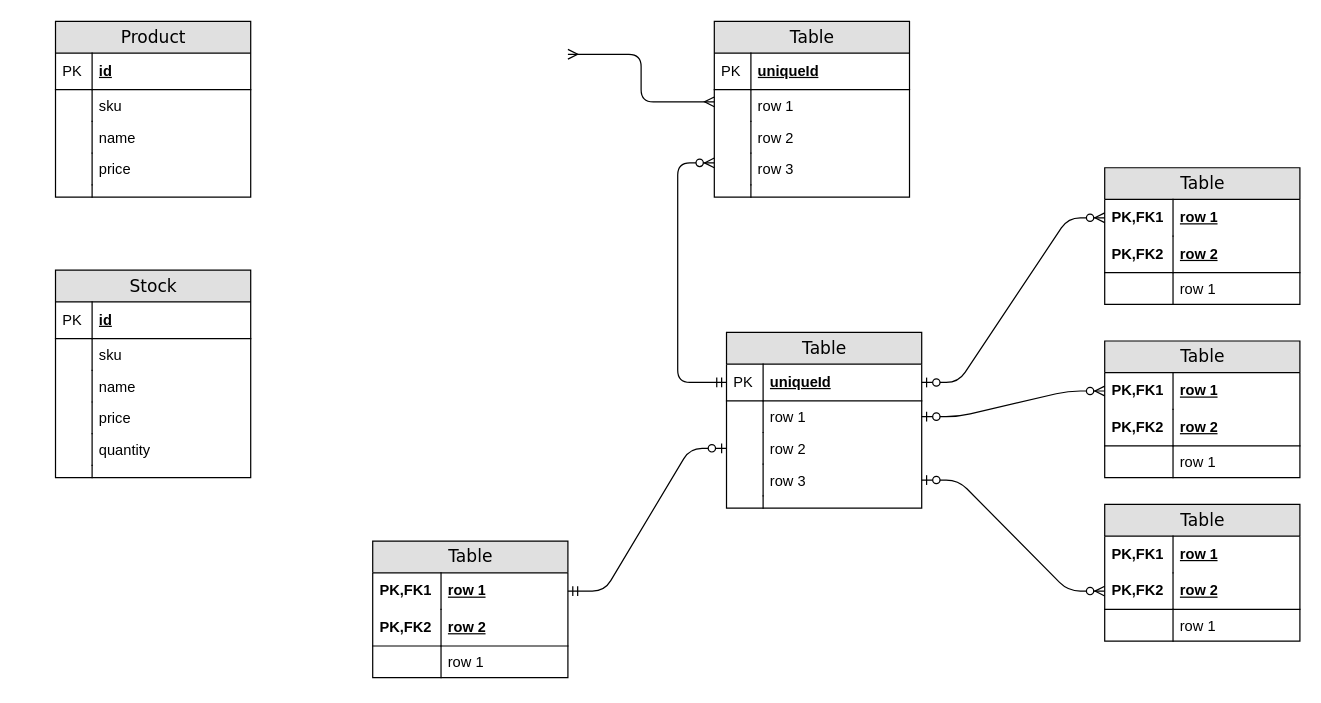
The draw.io diagram UMKM-toolkit.drawio in yogiprsetya/app.diagrams.net, before the edit. Source tidied: cells renumbered, new cells numbered last; positions are measured from the earlier drawing's top-left corner, leaving out a move shared by most shapes. Both pictures are drawn from the tidied source at 122%, with x=0, y=0 at pixel (55, 21).
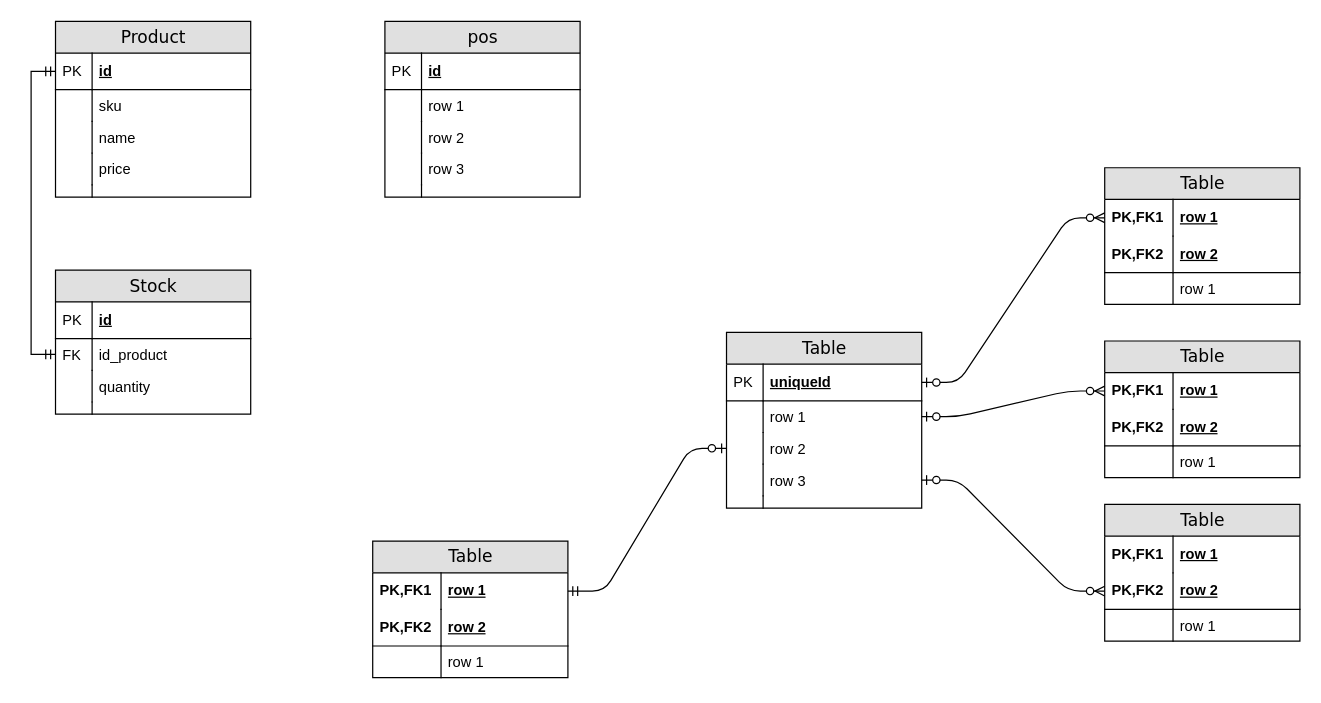
After the change.

The change refers to these unchanged cells:
```xml
<mxCell id="5" value="row 1" style="shape=partialRectangle;top=0;left=0;right=0;bottom=0;html=1;align=left;verticalAlign=top;fillColor=none;spacingLeft=34;spacingRight=4;whiteSpace=wrap;overflow=hidden;points=[[0,0.5],[1,0.5]];portConstraint=eastwest;" parent="2" vertex="1">
  <mxGeometry y="56" width="160" height="26" as="geometry" />
</mxCell>
<mxCell id="9" value="row 3" style="shape=partialRectangle;top=0;left=0;right=0;bottom=0;html=1;align=left;verticalAlign=top;fillColor=none;spacingLeft=34;spacingRight=4;whiteSpace=wrap;overflow=hidden;points=[[0,0.5],[1,0.5]];portConstraint=eastwest;" parent="2" vertex="1">
  <mxGeometry y="108" width="160" height="26" as="geometry" />
</mxCell>
<mxCell id="14" value="id" style="shape=partialRectangle;top=0;left=0;right=0;bottom=1;html=1;align=left;verticalAlign=middle;fillColor=none;spacingLeft=34;spacingRight=4;whiteSpace=wrap;overflow=hidden;points=[[0,0.5],[1,0.5]];portConstraint=eastwest;fontStyle=5;" parent="13" vertex="1">
  <mxGeometry y="26" width="160" height="30" as="geometry" />
</mxCell>
<mxCell id="25" value="uniqueId" style="shape=partialRectangle;top=0;left=0;right=0;bottom=1;html=1;align=left;verticalAlign=middle;fillColor=none;spacingLeft=34;spacingRight=4;whiteSpace=wrap;overflow=hidden;points=[[0,0.5],[1,0.5]];portConstraint=eastwest;fontStyle=5;" parent="24" vertex="1">
  <mxGeometry y="26" width="160" height="30" as="geometry" />
</mxCell>
```

The edit, as a diff of the source:
```diff
@@
-    <mxCell id="2" value="Table" style="swimlane;html=1;fontStyle=0;horizontal=1;startSize=26;fillColor=#e0e0e0;swimlaneFillColor=#ffffff;align=center;rounded=0;shadow=0;comic=0;labelBackgroundColor=none;strokeWidth=1;fontFamily=Verdana;fontSize=14;swimlaneLine=1;" parent="1" vertex="1">
-      <mxGeometry x="540" width="160" height="144" as="geometry" />
+    <mxCell id="2" value="pos" style="swimlane;html=1;fontStyle=0;horizontal=1;startSize=26;fillColor=#e0e0e0;swimlaneFillColor=#ffffff;align=center;rounded=0;shadow=0;comic=0;labelBackgroundColor=none;strokeWidth=1;fontFamily=Verdana;fontSize=14;swimlaneLine=1;" parent="1" vertex="1">
+      <mxGeometry x="270" width="160" height="144" as="geometry" />
     </mxCell>
-    <mxCell id="3" value="uniqueId" style="shape=partialRectangle;top=0;left=0;right=0;bottom=1;html=1;align=left;verticalAlign=middle;fillColor=none;spacingLeft=34;spacingRight=4;whiteSpace=wrap;overflow=hidden;fontStyle=5;" parent="2" vertex="1">
+    <mxCell id="3" value="id" style="shape=partialRectangle;top=0;left=0;right=0;bottom=1;html=1;align=left;verticalAlign=middle;fillColor=none;spacingLeft=34;spacingRight=4;whiteSpace=wrap;overflow=hidden;fontStyle=5;" parent="2" vertex="1">
       <mxGeometry y="26" width="160" height="30" as="geometry" />
     </mxCell>
@@
-    <mxCell id="49" style="edgeStyle=orthogonalEdgeStyle;html=1;endArrow=ERmany;startArrow=ERmany;labelBackgroundColor=none;fontFamily=Verdana;fontSize=14;entryX=1;entryY=0.5;exitX=0;exitY=0.383;exitPerimeter=0;" parent="1" edge="1" source="5">
-      <mxGeometry relative="1" as="geometry">
-        <mxPoint x="420" y="27" as="targetPoint" />
-        <Array as="points">
-          <mxPoint x="480" y="66" />
-          <mxPoint x="480" y="27" />
-        </Array>
-      </mxGeometry>
-    </mxCell>
-    <mxCell id="50" style="edgeStyle=orthogonalEdgeStyle;html=1;endArrow=ERzeroToMany;startArrow=ERmandOne;labelBackgroundColor=none;fontFamily=Verdana;fontSize=14;entryX=0;entryY=0.308;entryPerimeter=0;exitX=0;exitY=0.5;" parent="1" edge="1" source="25" target="9">
-      <mxGeometry relative="1" as="geometry">
-        <Array as="points">
-          <mxPoint x="510" y="296" />
-          <mxPoint x="510" y="116" />
-        </Array>
-      </mxGeometry>
-    </mxCell>
@@
     <mxCell id="69" value="Stock" style="swimlane;html=1;fontStyle=0;horizontal=1;startSize=26;fillColor=#e0e0e0;swimlaneFillColor=#ffffff;align=center;rounded=0;shadow=0;comic=0;labelBackgroundColor=none;strokeWidth=1;fontFamily=Verdana;fontSize=14;" parent="1" vertex="1">
-      <mxGeometry y="204" width="160" height="170" as="geometry" />
+      <mxGeometry y="204" width="160" height="118" as="geometry" />
     </mxCell>
@@
-    <mxCell id="72" value="sku" style="shape=partialRectangle;top=0;left=0;right=0;bottom=0;html=1;align=left;verticalAlign=top;fillColor=none;spacingLeft=34;spacingRight=4;whiteSpace=wrap;overflow=hidden;points=[[0,0.5],[1,0.5]];portConstraint=eastwest;" parent="69" vertex="1">
+    <mxCell id="72" value="id_product" style="shape=partialRectangle;top=0;left=0;right=0;bottom=0;html=1;align=left;verticalAlign=top;fillColor=none;spacingLeft=34;spacingRight=4;whiteSpace=wrap;overflow=hidden;points=[[0,0.5],[1,0.5]];portConstraint=eastwest;" parent="69" vertex="1">
       <mxGeometry y="56" width="160" height="26" as="geometry" />
     </mxCell>
-    <mxCell id="73" style="shape=partialRectangle;top=0;left=0;bottom=0;html=1;fillColor=none;align=left;verticalAlign=top;spacingLeft=4;spacingRight=4;whiteSpace=wrap;overflow=hidden;" parent="72" vertex="1">
+    <mxCell id="73" value="FK" style="shape=partialRectangle;top=0;left=0;bottom=0;html=1;fillColor=none;align=left;verticalAlign=top;spacingLeft=4;spacingRight=4;whiteSpace=wrap;overflow=hidden;" parent="72" vertex="1">
       <mxGeometry width="30" height="26" as="geometry" />
     </mxCell>
-    <mxCell id="74" value="name" style="shape=partialRectangle;top=0;left=0;right=0;bottom=0;html=1;align=left;verticalAlign=top;fillColor=none;spacingLeft=34;spacingRight=4;whiteSpace=wrap;overflow=hidden;" parent="69" vertex="1">
-      <mxGeometry y="82" width="160" height="26" as="geometry" />
-    </mxCell>
-    <mxCell id="75" style="shape=partialRectangle;top=0;left=0;bottom=0;html=1;fillColor=none;align=left;verticalAlign=top;spacingLeft=4;spacingRight=4;whiteSpace=wrap;overflow=hidden;" parent="74" vertex="1">
-      <mxGeometry width="30" height="26" as="geometry" />
-    </mxCell>
-    <mxCell id="76" value="price" style="shape=partialRectangle;top=0;left=0;right=0;bottom=0;html=1;align=left;verticalAlign=top;fillColor=none;spacingLeft=34;spacingRight=4;whiteSpace=wrap;overflow=hidden;" parent="69" vertex="1">
-      <mxGeometry y="108" width="160" height="26" as="geometry" />
-    </mxCell>
-    <mxCell id="77" style="shape=partialRectangle;top=0;left=0;bottom=0;html=1;fillColor=none;align=left;verticalAlign=top;spacingLeft=4;spacingRight=4;whiteSpace=wrap;overflow=hidden;" parent="76" vertex="1">
-      <mxGeometry width="30" height="26" as="geometry" />
-    </mxCell>
     <mxCell id="78" value="quantity" style="shape=partialRectangle;top=0;left=0;right=0;bottom=0;html=1;align=left;verticalAlign=top;fillColor=none;spacingLeft=34;spacingRight=4;whiteSpace=wrap;overflow=hidden;" parent="69" vertex="1">
-      <mxGeometry y="134" width="160" height="26" as="geometry" />
+      <mxGeometry y="82" width="160" height="26" as="geometry" />
     </mxCell>
@@
     <mxCell id="80" style="shape=partialRectangle;top=0;left=0;right=0;bottom=0;html=1;align=left;verticalAlign=top;fillColor=none;spacingLeft=34;spacingRight=4;whiteSpace=wrap;overflow=hidden;" parent="69" vertex="1">
-      <mxGeometry y="160" width="160" height="10" as="geometry" />
+      <mxGeometry y="108" width="160" height="10" as="geometry" />
     </mxCell>
@@
+    <mxCell id="82" style="edgeStyle=orthogonalEdgeStyle;rounded=0;jettySize=auto;html=1;entryX=0;entryY=0.5;entryDx=0;entryDy=0;startArrow=ERmandOne;startFill=0;endArrow=ERmandOne;endFill=0;" parent="1" edge="1" source="72" target="14">
+      <mxGeometry relative="1" as="geometry" />
+    </mxCell>
```
